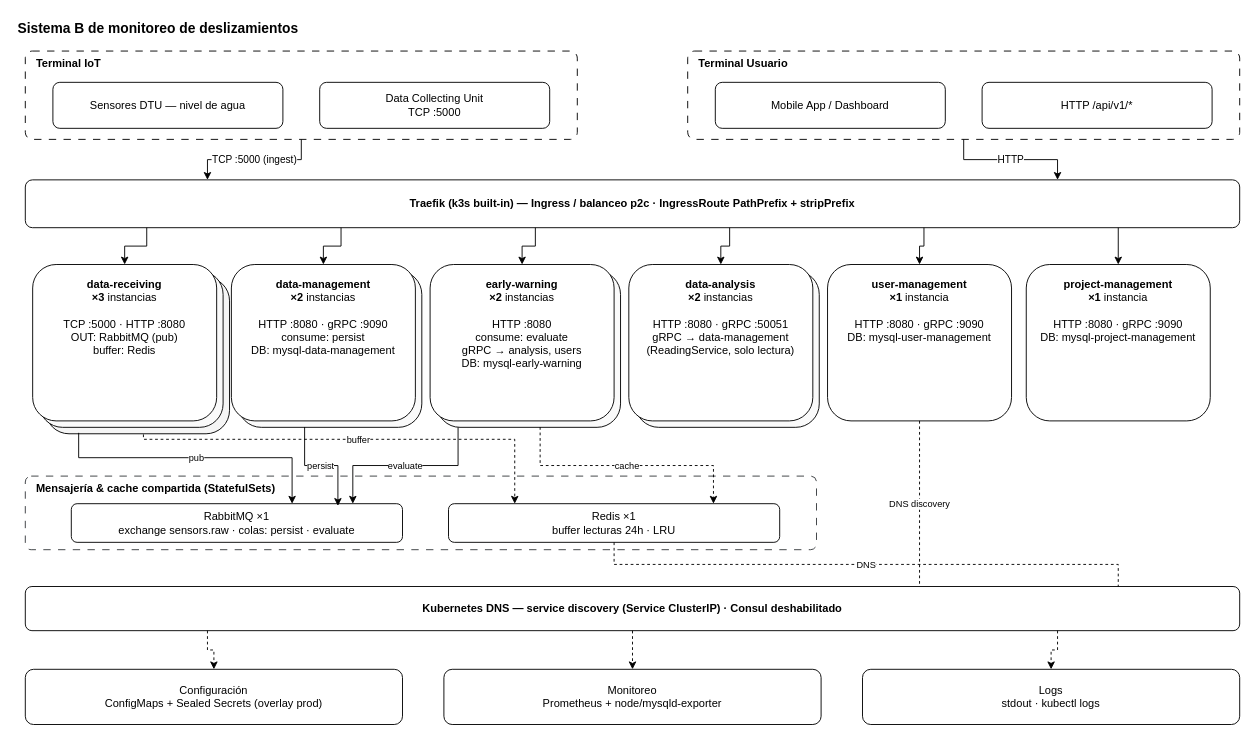
tifacusil/go-tesis-infra keeps this draw.io diagram as page "Arquitectura k3s (compacta)" (1 of 2) of docs/arquitectura-k3s-compacta.drawio. Above is the earlier version. Source tidied: cells renumbered, new cells numbered last; positions are measured from the earlier drawing's top-left corner, leaving out a move shared by most shapes. Both pictures are drawn from the tidied source at 92%, with x=0, y=0 at pixel (16, 16).
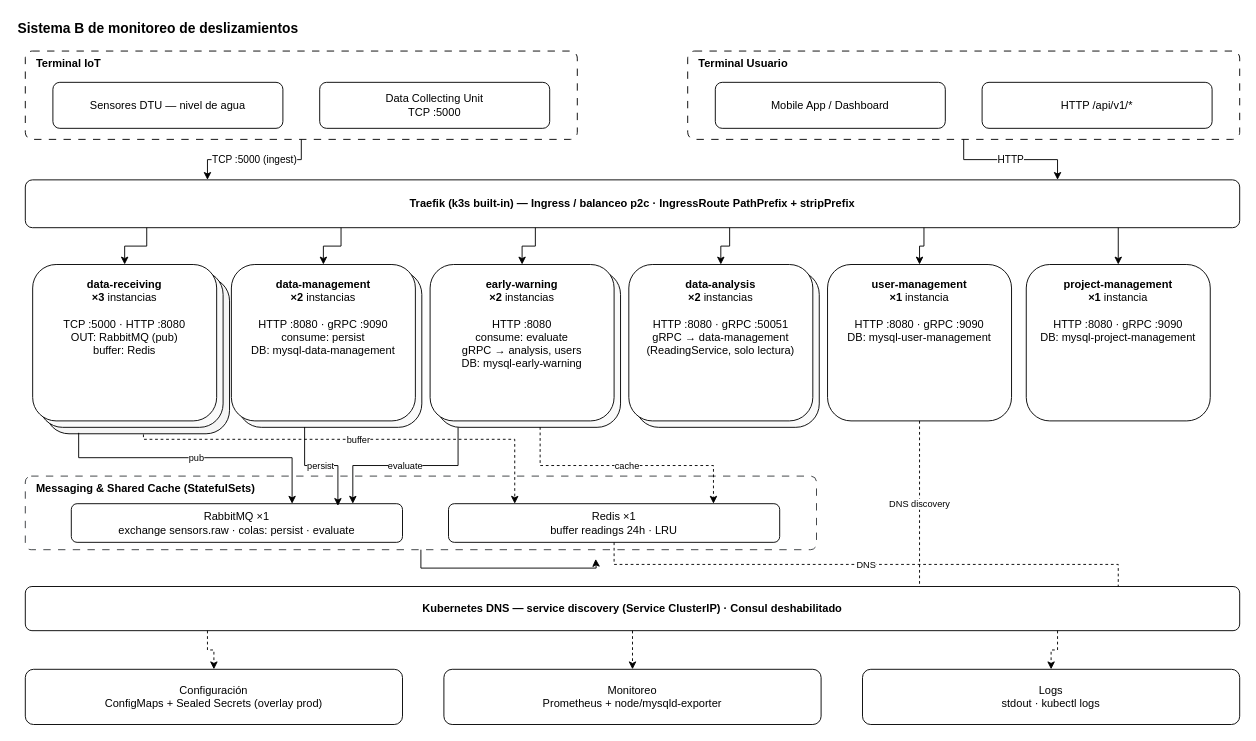
Above is the later version.

The change refers to these unchanged cells:
```xml
<mxCell id="3" value="Terminal IoT" style="rounded=1;whiteSpace=wrap;html=1;fillColor=light-dark(transparent,#FFE599);dashed=1;dashPattern=8 8;strokeColor=light-dark(#000000,#999999);arcSize=8;verticalAlign=top;fontStyle=1;align=left;spacingLeft=10;" parent="1" vertex="1">
  <mxGeometry x="10" y="38" width="600" height="96" as="geometry" />
</mxCell>
<mxCell id="9" value="Traefik (k3s built-in) — Ingress / balanceo p2c · IngressRoute PathPrefix + stripPrefix" style="rounded=1;whiteSpace=wrap;html=1;fillColor=light-dark(#FFFFFF,#CCCCCC);strokeColor=light-dark(#000000,#666666);fontStyle=1;" parent="1" vertex="1">
  <mxGeometry x="10" y="178" width="1320" height="52" as="geometry" />
</mxCell>
```

Change to the diagram source:
```diff
@@
+    <mxCell id="46" style="edgeStyle=orthogonalEdgeStyle;rounded=0;jettySize=auto;html=1;" parent="1" edge="1" source="21">
+      <mxGeometry relative="1" as="geometry">
+        <mxPoint x="630" y="590" as="targetPoint" />
+      </mxGeometry>
+    </mxCell>
-    <mxCell id="21" value="Mensajería &amp; cache compartida (StatefulSets)" style="rounded=1;whiteSpace=wrap;html=1;fillColor=light-dark(transparent,#CC99FF);dashed=1;dashPattern=8 8;strokeColor=light-dark(#36393D,#B5739D);arcSize=8;verticalAlign=top;fontStyle=1;align=left;spacingLeft=10;" parent="1" vertex="1">
+    <mxCell id="21" value="Messaging &amp;amp; Shared Cache (StatefulSets)" style="rounded=1;whiteSpace=wrap;html=1;fillColor=light-dark(transparent,#CC99FF);dashed=1;dashPattern=8 8;strokeColor=light-dark(#36393D,#B5739D);arcSize=8;verticalAlign=top;fontStyle=1;align=left;spacingLeft=10;" parent="1" vertex="1">
       <mxGeometry x="10" y="500" width="860" height="80" as="geometry" />
     </mxCell>
@@
-    <mxCell id="23" value="Redis ×1&#10;buffer lecturas 24h · LRU" style="rounded=1;whiteSpace=wrap;html=1;fillColor=light-dark(#FFFFFF,#E6E6E6);strokeColor=light-dark(#000000,#666666);" parent="1" vertex="1">
+    <mxCell id="23" value="Redis ×1&lt;br&gt;buffer readings 24h · LRU" style="rounded=1;whiteSpace=wrap;html=1;fillColor=light-dark(#FFFFFF,#E6E6E6);strokeColor=light-dark(#000000,#666666);" parent="1" vertex="1">
       <mxGeometry x="470" y="530" width="360" height="42" as="geometry" />
     </mxCell>
@@
-    <mxCell id="28" value="TCP :5000 (ingest)" style="edgeStyle=orthogonalEdgeStyle;rounded=0;html=1;exitX=0.5;exitY=1;entryX=0.15;entryY=0;endArrow=classic;" parent="1" edge="1" source="3" target="9">
+    <mxCell id="28" value="&lt;span&gt;TCP :5000 (ingest)&lt;/span&gt;" style="edgeStyle=orthogonalEdgeStyle;rounded=0;html=1;exitX=0.5;exitY=1;entryX=0.15;entryY=0;endArrow=classic;" parent="1" edge="1" source="3" target="9">
       <mxGeometry relative="1" as="geometry" />
     </mxCell>
```
